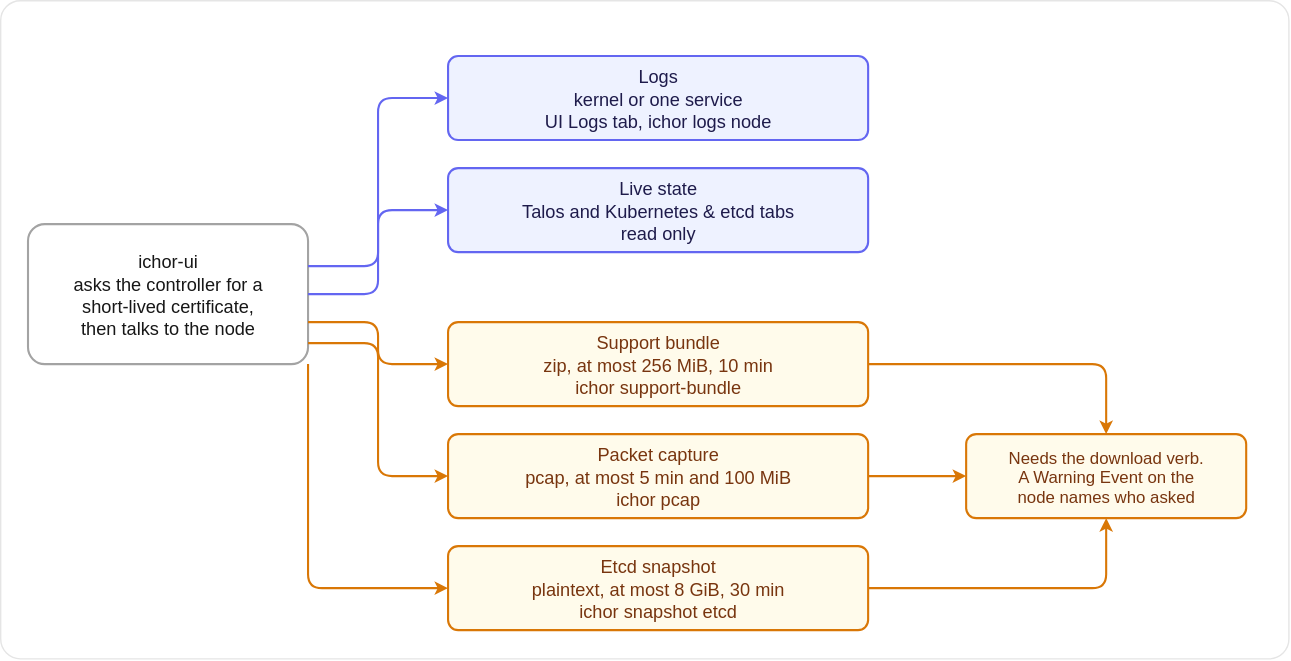
maeshinshin/ichor keeps this draw.io diagram as docs/images/troubleshoot-node.light.drawio.svg. Above is the earlier version. Source tidied: cells renumbered, new cells last; positions are measured from the earlier drawing's top-left corner, leaving out a move shared by most shapes. Source of this version:
```xml
<mxGraphModel>
  <root>
    <mxCell id="0" style="html=0;" />
    <mxCell id="1" style="html=0;" parent="0" />
    <mxCell id="2" style="rounded=1;arcSize=3;fillColor=light-dark(#FFFFFF,#0A0A0A);strokeColor=light-dark(#E5E5E5,#262626);strokeWidth=1;html=0;" parent="1" vertex="1">
      <mxGeometry width="920" height="470" as="geometry" />
    </mxCell>
    <mxCell id="3" value="ichor-ui&#10;asks the controller for a&#10;short-lived certificate,&#10;then talks to the node" style="rounded=1;arcSize=12;fillColor=light-dark(#FFFFFF,#1A1A1A);strokeColor=light-dark(#A3A3A3,#525252);fontColor=light-dark(#171717,#FAFAFA);strokeWidth=1.5;fontFamily=Helvetica;fontSize=13;align=center;verticalAlign=middle;html=0;" parent="1" vertex="1">
      <mxGeometry x="20" y="160" width="200" height="100" as="geometry" />
    </mxCell>
    <mxCell id="4" value="Logs&#10;kernel or one service&#10;UI Logs tab, ichor logs node" style="rounded=1;arcSize=12;fillColor=light-dark(#EEF2FF,#232553);strokeColor=light-dark(#6366F1,#818CF8);fontColor=light-dark(#1E1B4B,#E0E7FF);strokeWidth=1.5;fontFamily=Helvetica;fontSize=13;align=center;verticalAlign=middle;html=0;" parent="1" vertex="1">
      <mxGeometry x="320" y="40" width="300" height="60" as="geometry" />
    </mxCell>
    <mxCell id="5" value="Live state&#10;Talos and Kubernetes &amp; etcd tabs&#10;read only" style="rounded=1;arcSize=12;fillColor=light-dark(#EEF2FF,#232553);strokeColor=light-dark(#6366F1,#818CF8);fontColor=light-dark(#1E1B4B,#E0E7FF);strokeWidth=1.5;fontFamily=Helvetica;fontSize=13;align=center;verticalAlign=middle;html=0;" parent="1" vertex="1">
      <mxGeometry x="320" y="120" width="300" height="60" as="geometry" />
    </mxCell>
    <mxCell id="6" value="Support bundle&#10;zip, at most 256 MiB, 10 min&#10;ichor support-bundle" style="rounded=1;arcSize=12;fillColor=light-dark(#FFFBEB,#2B2008);strokeColor=light-dark(#D97706,#FBBF24);fontColor=light-dark(#78350F,#FDE68A);strokeWidth=1.5;fontFamily=Helvetica;fontSize=13;align=center;verticalAlign=middle;html=0;" parent="1" vertex="1">
      <mxGeometry x="320" y="230" width="300" height="60" as="geometry" />
    </mxCell>
    <mxCell id="7" value="Packet capture&#10;pcap, at most 5 min and 100 MiB&#10;ichor pcap" style="rounded=1;arcSize=12;fillColor=light-dark(#FFFBEB,#2B2008);strokeColor=light-dark(#D97706,#FBBF24);fontColor=light-dark(#78350F,#FDE68A);strokeWidth=1.5;fontFamily=Helvetica;fontSize=13;align=center;verticalAlign=middle;html=0;" parent="1" vertex="1">
      <mxGeometry x="320" y="310" width="300" height="60" as="geometry" />
    </mxCell>
    <mxCell id="8" value="Etcd snapshot&#10;plaintext, at most 8 GiB, 30 min&#10;ichor snapshot etcd" style="rounded=1;arcSize=12;fillColor=light-dark(#FFFBEB,#2B2008);strokeColor=light-dark(#D97706,#FBBF24);fontColor=light-dark(#78350F,#FDE68A);strokeWidth=1.5;fontFamily=Helvetica;fontSize=13;align=center;verticalAlign=middle;html=0;" parent="1" vertex="1">
      <mxGeometry x="320" y="390" width="300" height="60" as="geometry" />
    </mxCell>
    <mxCell id="9" value="Needs the download verb.&#10;A Warning Event on the&#10;node names who asked" style="rounded=1;arcSize=12;fillColor=light-dark(#FFFBEB,#2B2008);strokeColor=light-dark(#D97706,#FBBF24);fontColor=light-dark(#78350F,#FDE68A);strokeWidth=1.5;fontFamily=Helvetica;fontSize=12;align=center;verticalAlign=middle;html=0;" parent="1" vertex="1">
      <mxGeometry x="690" y="310" width="200" height="60" as="geometry" />
    </mxCell>
    <mxCell id="10" style="edgeStyle=orthogonalEdgeStyle;rounded=1;jettySize=auto;strokeColor=light-dark(#6366F1,#818CF8);strokeWidth=1.5;endArrow=classic;endFill=1;endSize=5;html=0;exitX=1;exitY=0.3;exitDx=0;exitDy=0;entryX=0;entryY=0.5;entryDx=0;entryDy=0;" parent="1" edge="1" source="3" target="4">
      <mxGeometry relative="1" as="geometry" />
    </mxCell>
    <mxCell id="11" style="edgeStyle=orthogonalEdgeStyle;rounded=1;jettySize=auto;strokeColor=light-dark(#6366F1,#818CF8);strokeWidth=1.5;endArrow=classic;endFill=1;endSize=5;html=0;exitX=1;exitY=0.5;exitDx=0;exitDy=0;entryX=0;entryY=0.5;entryDx=0;entryDy=0;" parent="1" edge="1" source="3" target="5">
      <mxGeometry relative="1" as="geometry" />
    </mxCell>
    <mxCell id="12" style="edgeStyle=orthogonalEdgeStyle;rounded=1;jettySize=auto;strokeColor=light-dark(#D97706,#FBBF24);strokeWidth=1.5;endArrow=classic;endFill=1;endSize=5;html=0;exitX=1;exitY=0.7;exitDx=0;exitDy=0;entryX=0;entryY=0.5;entryDx=0;entryDy=0;" parent="1" edge="1" source="3" target="6">
      <mxGeometry relative="1" as="geometry" />
    </mxCell>
    <mxCell id="13" style="edgeStyle=orthogonalEdgeStyle;rounded=1;jettySize=auto;strokeColor=light-dark(#D97706,#FBBF24);strokeWidth=1.5;endArrow=classic;endFill=1;endSize=5;html=0;exitX=1;exitY=0.85;exitDx=0;exitDy=0;entryX=0;entryY=0.5;entryDx=0;entryDy=0;" parent="1" edge="1" source="3" target="7">
      <mxGeometry relative="1" as="geometry" />
    </mxCell>
    <mxCell id="14" style="edgeStyle=orthogonalEdgeStyle;rounded=1;jettySize=auto;strokeColor=light-dark(#D97706,#FBBF24);strokeWidth=1.5;endArrow=classic;endFill=1;endSize=5;html=0;exitX=1;exitY=1;exitDx=0;exitDy=0;entryX=0;entryY=0.5;entryDx=0;entryDy=0;" parent="1" edge="1" source="3" target="8">
      <mxGeometry relative="1" as="geometry" />
    </mxCell>
    <mxCell id="15" style="edgeStyle=orthogonalEdgeStyle;rounded=1;jettySize=auto;strokeColor=light-dark(#D97706,#FBBF24);strokeWidth=1.5;endArrow=classic;endFill=1;endSize=5;html=0;exitX=1;exitY=0.5;exitDx=0;exitDy=0;entryX=0;entryY=0.5;entryDx=0;entryDy=0;" parent="1" edge="1" source="7" target="9">
      <mxGeometry relative="1" as="geometry" />
    </mxCell>
    <mxCell id="16" style="edgeStyle=orthogonalEdgeStyle;rounded=1;jettySize=auto;strokeColor=light-dark(#D97706,#FBBF24);strokeWidth=1.5;endArrow=classic;endFill=1;endSize=5;html=0;exitX=1;exitY=0.5;exitDx=0;exitDy=0;entryX=0.5;entryY=0;entryDx=0;entryDy=0;" parent="1" edge="1" source="6" target="9">
      <mxGeometry relative="1" as="geometry" />
    </mxCell>
    <mxCell id="17" style="edgeStyle=orthogonalEdgeStyle;rounded=1;jettySize=auto;strokeColor=light-dark(#D97706,#FBBF24);strokeWidth=1.5;endArrow=classic;endFill=1;endSize=5;html=0;exitX=1;exitY=0.5;exitDx=0;exitDy=0;entryX=0.5;entryY=1;entryDx=0;entryDy=0;" parent="1" edge="1" source="8" target="9">
      <mxGeometry relative="1" as="geometry" />
    </mxCell>
  </root>
</mxGraphModel>
```
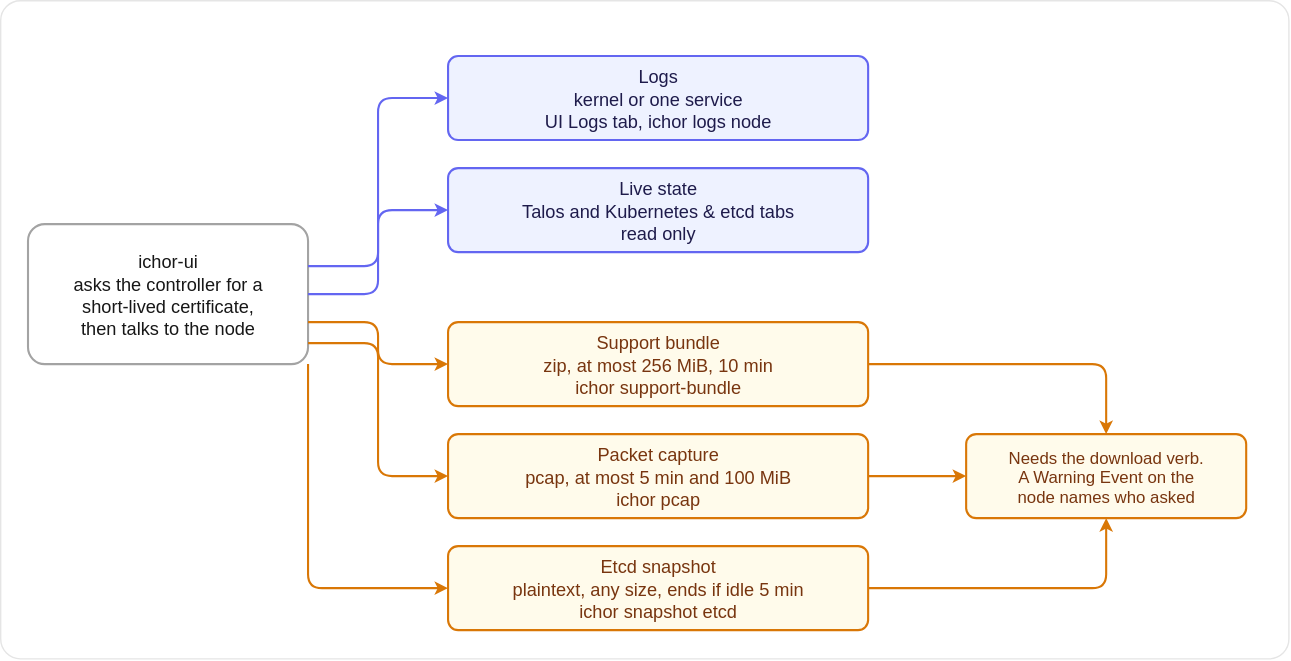
The same file after the commit.

Change to the diagram source:
```diff
@@ -20,7 +20,7 @@
     <mxCell id="7" value="Packet capture&#10;pcap, at most 5 min and 100 MiB&#10;ichor pcap" style="rounded=1;arcSize=12;fillColor=light-dark(#FFFBEB,#2B2008);strokeColor=light-dark(#D97706,#FBBF24);fontColor=light-dark(#78350F,#FDE68A);strokeWidth=1.5;fontFamily=Helvetica;fontSize=13;align=center;verticalAlign=middle;html=0;" parent="1" vertex="1">
       <mxGeometry x="320" y="310" width="300" height="60" as="geometry" />
     </mxCell>
-    <mxCell id="8" value="Etcd snapshot&#10;plaintext, at most 8 GiB, 30 min&#10;ichor snapshot etcd" style="rounded=1;arcSize=12;fillColor=light-dark(#FFFBEB,#2B2008);strokeColor=light-dark(#D97706,#FBBF24);fontColor=light-dark(#78350F,#FDE68A);strokeWidth=1.5;fontFamily=Helvetica;fontSize=13;align=center;verticalAlign=middle;html=0;" parent="1" vertex="1">
+    <mxCell id="8" value="Etcd snapshot&#10;plaintext, any size, ends if idle 5 min&#10;ichor snapshot etcd" style="rounded=1;arcSize=12;fillColor=light-dark(#FFFBEB,#2B2008);strokeColor=light-dark(#D97706,#FBBF24);fontColor=light-dark(#78350F,#FDE68A);strokeWidth=1.5;fontFamily=Helvetica;fontSize=13;align=center;verticalAlign=middle;html=0;" parent="1" vertex="1">
       <mxGeometry x="320" y="390" width="300" height="60" as="geometry" />
     </mxCell>
     <mxCell id="9" value="Needs the download verb.&#10;A Warning Event on the&#10;node names who asked" style="rounded=1;arcSize=12;fillColor=light-dark(#FFFBEB,#2B2008);strokeColor=light-dark(#D97706,#FBBF24);fontColor=light-dark(#78350F,#FDE68A);strokeWidth=1.5;fontFamily=Helvetica;fontSize=12;align=center;verticalAlign=middle;html=0;" parent="1" vertex="1">
```
